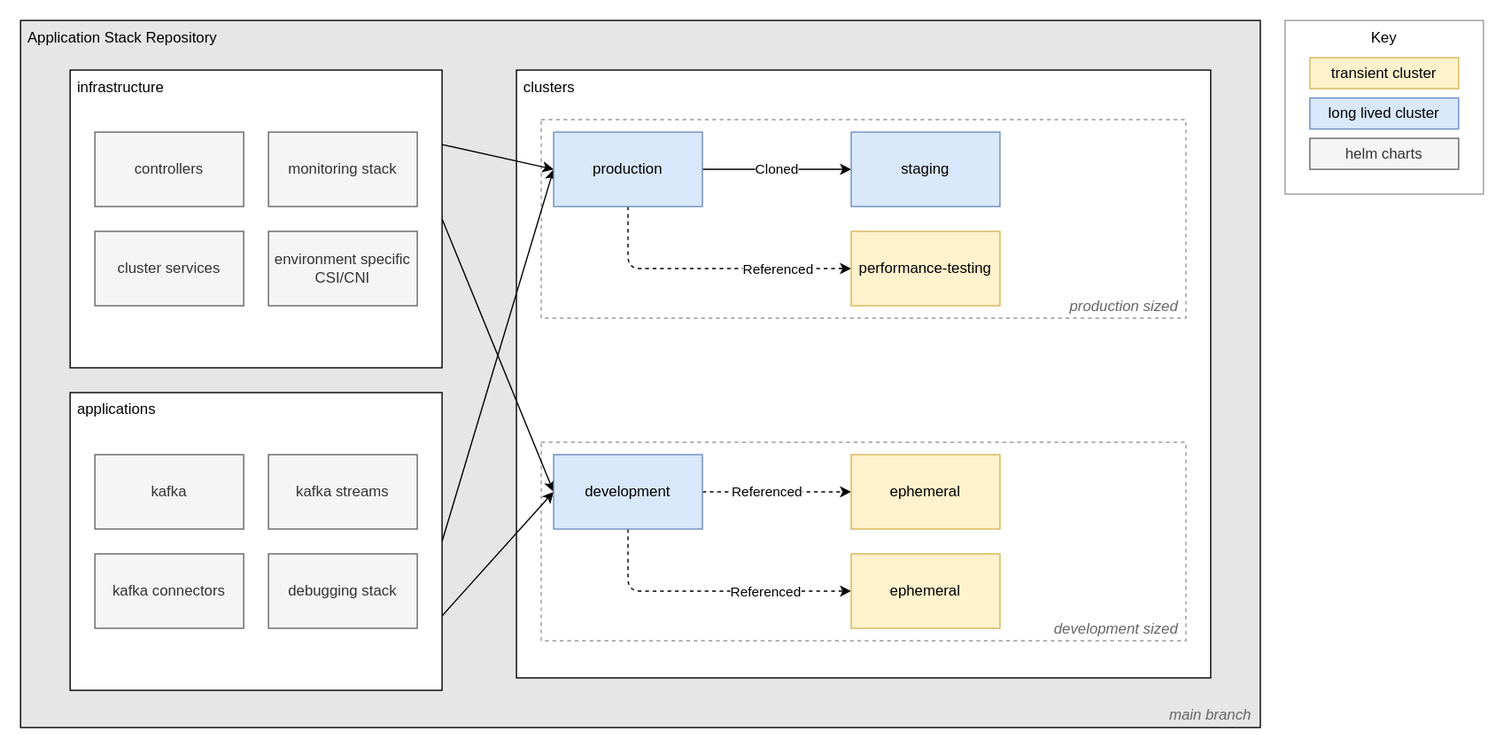
Above: docs/repository-directory-structure.drawio.svg in danielloader/kubernetes-sdlc (draw.io), before the change. Source tidied: cells renumbered, new cells last; positions are measured from the earlier drawing's top-left corner, leaving out a move shared by most shapes.
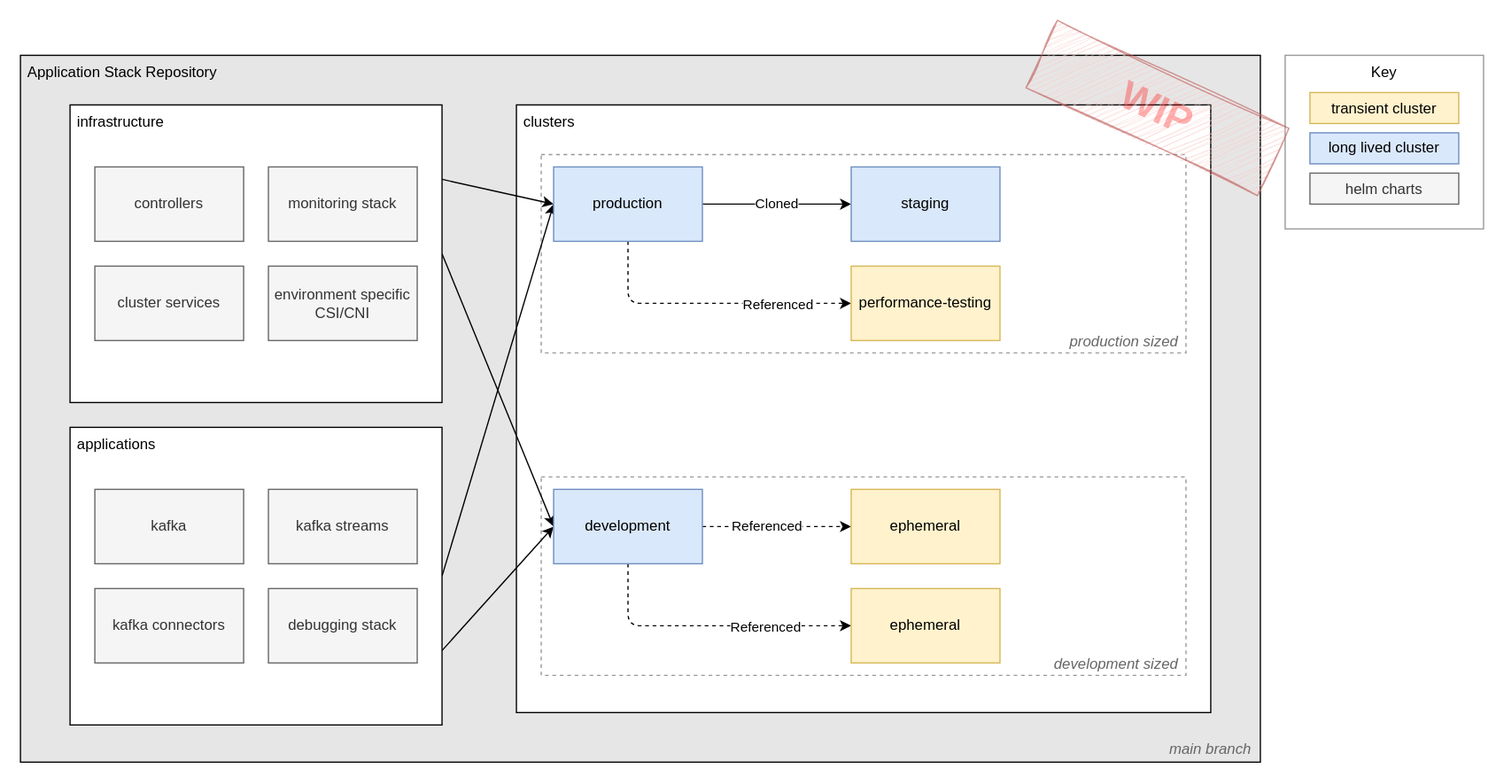
The same file after the commit.

The edit, as a diff of the source:
```diff
@@ -118,5 +118,8 @@
     <mxCell id="37" value="helm charts" style="rounded=0;whiteSpace=wrap;html=1;labelBackgroundColor=none;labelBorderColor=none;strokeColor=#666666;fontSize=12;fillColor=#f5f5f5;fontColor=#333333;" parent="1" vertex="1">
       <mxGeometry x="1040" y="95" width="120" height="25" as="geometry" />
     </mxCell>
+    <mxCell id="38" value="WIP" style="text;html=1;align=center;verticalAlign=middle;whiteSpace=wrap;rounded=0;fontStyle=1;fontSize=32;labelBackgroundColor=none;sketch=1;curveFitting=1;jiggle=2;fillColor=#f8cecc;strokeColor=#b85450;opacity=60;fontColor=#FF0000;textOpacity=30;rotation=25;" parent="1" vertex="1">
+      <mxGeometry x="814" y="12.5" width="206" height="60" as="geometry" />
+    </mxCell>
   </root>
 </mxGraphModel>
```
